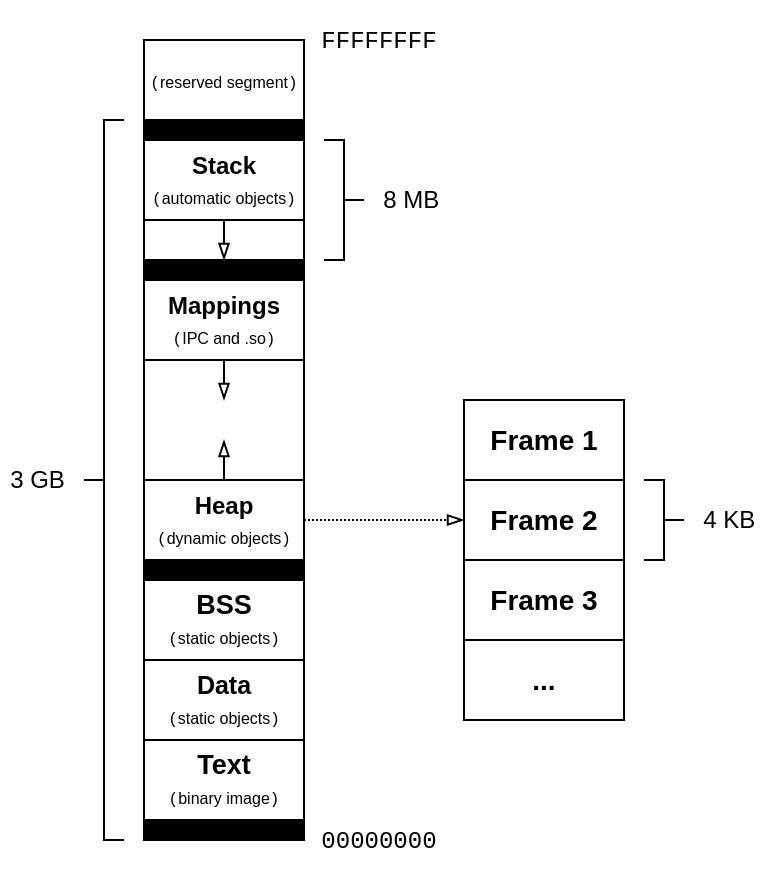
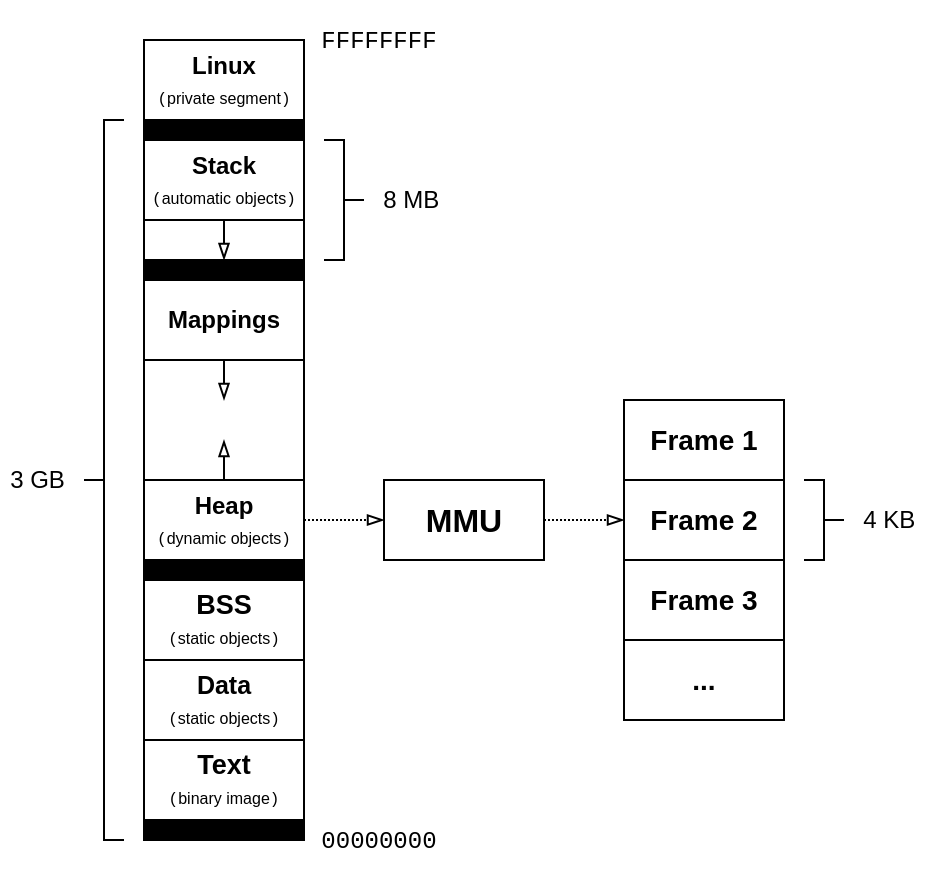
<mxfile host="app.diagrams.net" agent="Mozilla/5.0 (X11; Linux x86_64) AppleWebKit/537.36 (KHTML, like Gecko) Chrome/131.0.0.0 Safari/537.36">
  <diagram name="Страница — 1" id="VEveGzfzLPNnsSKiKBnb">
-     <mxGraphModel dx="770" dy="453" grid="0" gridSize="10" guides="0" tooltips="1" connect="1" arrows="1" fold="1" page="0" pageScale="1" pageWidth="827" pageHeight="1169" math="0" shadow="0">
+     <mxGraphModel dx="930" dy="547" grid="0" gridSize="10" guides="0" tooltips="1" connect="1" arrows="1" fold="1" page="0" pageScale="1" pageWidth="827" pageHeight="1169" math="0" shadow="0">
      <root>
        <mxCell id="0" />
        <mxCell id="1" parent="0" />
        <mxCell id="khdtYhaCzw99SLC-Dacm-15" parent="1" style="rounded=0;whiteSpace=wrap;html=1;strokeColor=none;fillColor=none;fontFamily=Helvetica;" value="&lt;b style=&quot;&quot;&gt;&lt;font&gt;Heap&lt;/font&gt;&lt;/b&gt;&lt;div&gt;&lt;font style=&quot;font-size: 8px;&quot;&gt;&lt;font face=&quot;Courier New&quot;&gt;(&lt;/font&gt;dynamic objects&lt;font face=&quot;Courier New&quot;&gt;)&lt;/font&gt;&lt;/font&gt;&lt;/div&gt;" vertex="1">
          <mxGeometry height="40" width="80" x="360" y="370" as="geometry" />
        </mxCell>
-         <mxCell id="khdtYhaCzw99SLC-Dacm-1" parent="1" style="rounded=0;whiteSpace=wrap;html=1;fillColor=none;fontFamily=Helvetica;" value="&lt;font style=&quot;&quot;&gt;&lt;font style=&quot;font-size: 8px;&quot;&gt;&lt;font face=&quot;Courier New&quot;&gt;(&lt;/font&gt;reserved segment&lt;font face=&quot;Courier New&quot;&gt;)&lt;/font&gt;&lt;/font&gt;&lt;/font&gt;" vertex="1">
+         <mxCell id="khdtYhaCzw99SLC-Dacm-1" parent="1" style="rounded=0;whiteSpace=wrap;html=1;fillColor=none;fontFamily=Helvetica;" value="&lt;font style=&quot;&quot;&gt;&lt;font style=&quot;&quot;&gt;&lt;font face=&quot;Helvetica&quot;&gt;&lt;b style=&quot;&quot;&gt;Linux&lt;/b&gt;&lt;/font&gt;&lt;br&gt;&lt;font face=&quot;Courier New&quot; style=&quot;font-size: 8px;&quot;&gt;(&lt;/font&gt;&lt;span style=&quot;font-size: 8px;&quot;&gt;private segment&lt;/span&gt;&lt;font face=&quot;Courier New&quot; style=&quot;font-size: 8px;&quot;&gt;)&lt;/font&gt;&lt;/font&gt;&lt;/font&gt;" vertex="1">
          <mxGeometry height="40" width="80" x="360" y="150" as="geometry" />
        </mxCell>
        <mxCell id="khdtYhaCzw99SLC-Dacm-3" parent="1" style="rounded=0;whiteSpace=wrap;html=1;strokeColor=none;fillColor=none;fontFamily=Helvetica;" value="&lt;b style=&quot;&quot;&gt;&lt;font&gt;Stack&lt;/font&gt;&lt;/b&gt;&lt;div&gt;&lt;font style=&quot;font-size: 8px;&quot;&gt;&lt;font face=&quot;Courier New&quot;&gt;(&lt;/font&gt;automatic objects&lt;font face=&quot;Courier New&quot;&gt;)&lt;/font&gt;&lt;/font&gt;&lt;/div&gt;" vertex="1">
          <mxGeometry height="40" width="80" x="360" y="200" as="geometry" />
        </mxCell>
        <mxCell id="khdtYhaCzw99SLC-Dacm-34" edge="1" parent="1" style="endArrow=none;html=1;strokeWidth=1;rounded=0;exitX=0;exitY=1;exitDx=0;exitDy=0;fontFamily=Helvetica;" value="">
          <mxGeometry height="50" relative="1" width="50" as="geometry">
            <mxPoint x="360" y="370" as="sourcePoint" />
            <mxPoint x="440" y="370" as="targetPoint" />
          </mxGeometry>
        </mxCell>
        <mxCell id="khdtYhaCzw99SLC-Dacm-42" parent="1" style="rounded=0;whiteSpace=wrap;html=1;strokeColor=default;fillColor=none;fontFamily=Helvetica;" value="&lt;b style=&quot;&quot;&gt;&lt;font style=&quot;font-size: 12.5px;&quot;&gt;Data&lt;/font&gt;&lt;/b&gt;&lt;div&gt;&lt;font style=&quot;font-size: 8px;&quot;&gt;&lt;font face=&quot;Courier New&quot;&gt;(&lt;/font&gt;static objects&lt;font face=&quot;Courier New&quot;&gt;)&lt;/font&gt;&lt;/font&gt;&lt;/div&gt;" vertex="1">
          <mxGeometry height="40" width="80" x="360" y="460" as="geometry" />
        </mxCell>
        <mxCell id="khdtYhaCzw99SLC-Dacm-43" parent="1" style="rounded=0;whiteSpace=wrap;html=1;strokeColor=default;fillColor=none;fontFamily=Helvetica;" value="&lt;b style=&quot;&quot;&gt;&lt;font style=&quot;font-size: 13.5px;&quot;&gt;Text&lt;/font&gt;&lt;/b&gt;&lt;div&gt;&lt;font style=&quot;font-size: 8px;&quot;&gt;&lt;font face=&quot;Courier New&quot;&gt;(&lt;/font&gt;binary image&lt;font face=&quot;Courier New&quot;&gt;)&lt;/font&gt;&lt;/font&gt;&lt;/div&gt;" vertex="1">
          <mxGeometry height="40" width="80" x="360" y="500" as="geometry" />
        </mxCell>
        <mxCell id="khdtYhaCzw99SLC-Dacm-46" parent="1" style="text;html=1;strokeColor=none;fillColor=none;align=left;verticalAlign=middle;whiteSpace=wrap;rounded=0;fontFamily=Helvetica;" value="&lt;font&gt;&amp;nbsp; &lt;font face=&quot;Courier New&quot; style=&quot;&quot;&gt;00000000&lt;/font&gt;&lt;/font&gt;" vertex="1">
          <mxGeometry height="40" width="80" x="440" y="530" as="geometry" />
        </mxCell>
        <mxCell id="khdtYhaCzw99SLC-Dacm-49" parent="1" style="text;html=1;strokeColor=none;fillColor=none;align=right;verticalAlign=middle;whiteSpace=wrap;rounded=0;fontFamily=Helvetica;" value="&lt;font&gt;3 GB&lt;/font&gt;&lt;font style=&quot;font-size: 10px;&quot;&gt;&amp;nbsp;&amp;nbsp;&lt;/font&gt;" vertex="1">
          <mxGeometry height="20" width="40" x="288" y="360" as="geometry" />
        </mxCell>
        <mxCell id="khdtYhaCzw99SLC-Dacm-53" edge="1" parent="1" style="endArrow=none;html=1;rounded=0;entryX=0;entryY=1;entryDx=0;entryDy=0;fontFamily=Helvetica;" target="khdtYhaCzw99SLC-Dacm-1" value="">
          <mxGeometry height="50" relative="1" width="50" as="geometry">
            <mxPoint x="360" y="310" as="sourcePoint" />
            <mxPoint x="150" y="220" as="targetPoint" />
          </mxGeometry>
        </mxCell>
        <mxCell id="cbG0LDzf9TAqD4d8shDT-7" edge="1" parent="1" source="khdtYhaCzw99SLC-Dacm-15" style="endArrow=none;html=1;rounded=0;entryX=1;entryY=1;entryDx=0;entryDy=0;exitX=1;exitY=1;exitDx=0;exitDy=0;fontFamily=Helvetica;" target="khdtYhaCzw99SLC-Dacm-1" value="">
          <mxGeometry height="50" relative="1" width="50" as="geometry">
            <mxPoint x="439.9999999999999" y="390" as="sourcePoint" />
            <mxPoint x="580" y="310" as="targetPoint" />
          </mxGeometry>
        </mxCell>
        <mxCell id="cbG0LDzf9TAqD4d8shDT-26" edge="1" parent="1" source="khdtYhaCzw99SLC-Dacm-15" style="endArrow=none;html=1;rounded=0;exitX=0;exitY=1;exitDx=0;exitDy=0;fontFamily=Helvetica;" value="">
          <mxGeometry height="50" relative="1" width="50" as="geometry">
            <Array as="points" />
            <mxPoint x="359.9999999999999" y="390" as="sourcePoint" />
            <mxPoint x="360" y="310" as="targetPoint" />
          </mxGeometry>
        </mxCell>
        <mxCell id="cbG0LDzf9TAqD4d8shDT-45" parent="1" style="shape=curlyBracket;whiteSpace=wrap;html=1;rounded=0;flipH=1;labelPosition=right;verticalLabelPosition=middle;align=left;verticalAlign=middle;direction=west;fontFamily=Helvetica;" value="" vertex="1">
          <mxGeometry height="360" width="20" x="330" y="190" as="geometry" />
        </mxCell>
        <mxCell id="D9ZIIw_PFDN3URD8yPiD-1" parent="1" style="rounded=0;whiteSpace=wrap;html=1;strokeColor=default;fillColor=#000000;fontFamily=Helvetica;" value="" vertex="1">
          <mxGeometry height="10" width="80" x="360" y="540" as="geometry" />
        </mxCell>
        <mxCell id="D9ZIIw_PFDN3URD8yPiD-3" parent="1" style="rounded=0;whiteSpace=wrap;html=1;strokeColor=default;fillColor=#000000;fontFamily=Helvetica;" value="" vertex="1">
          <mxGeometry height="10" width="80" x="360" y="410" as="geometry" />
        </mxCell>
-         <mxCell id="D9ZIIw_PFDN3URD8yPiD-4" parent="1" style="rounded=0;whiteSpace=wrap;html=1;strokeColor=default;fillColor=none;fontFamily=Helvetica;" value="&lt;div&gt;&lt;b style=&quot;background-color: transparent; color: light-dark(rgb(0, 0, 0), rgb(255, 255, 255));&quot;&gt;&lt;font&gt;Mappings&lt;/font&gt;&lt;/b&gt;&lt;/div&gt;&lt;div&gt;&lt;span style=&quot;background-color: transparent; color: light-dark(rgb(0, 0, 0), rgb(255, 255, 255));&quot;&gt;&lt;font style=&quot;font-size: 8px;&quot;&gt;&lt;font face=&quot;Courier New&quot;&gt;(&lt;/font&gt;IPC and .so&lt;font face=&quot;Courier New&quot;&gt;)&lt;/font&gt;&lt;/font&gt;&lt;/span&gt;&lt;/div&gt;" vertex="1">
+         <mxCell id="D9ZIIw_PFDN3URD8yPiD-4" parent="1" style="rounded=0;whiteSpace=wrap;html=1;strokeColor=default;fillColor=none;fontFamily=Helvetica;" value="&lt;div&gt;&lt;b style=&quot;background-color: transparent; color: light-dark(rgb(0, 0, 0), rgb(255, 255, 255));&quot;&gt;&lt;font&gt;Mappings&lt;/font&gt;&lt;/b&gt;&lt;/div&gt;" vertex="1">
          <mxGeometry height="40" width="80" x="360" y="270" as="geometry" />
        </mxCell>
        <mxCell id="D9ZIIw_PFDN3URD8yPiD-5" parent="1" style="rounded=0;whiteSpace=wrap;html=1;strokeColor=default;fillColor=#000000;fontFamily=Helvetica;" value="" vertex="1">
          <mxGeometry height="10" width="80" x="360" y="260" as="geometry" />
        </mxCell>
        <mxCell id="D9ZIIw_PFDN3URD8yPiD-6" parent="1" style="shape=curlyBracket;whiteSpace=wrap;html=1;rounded=0;flipH=1;labelPosition=right;verticalLabelPosition=middle;align=left;verticalAlign=middle;direction=east;fontFamily=Helvetica;" value="" vertex="1">
          <mxGeometry height="60" width="20" x="450" y="200" as="geometry" />
        </mxCell>
        <mxCell id="D9ZIIw_PFDN3URD8yPiD-7" parent="1" style="text;html=1;strokeColor=none;fillColor=none;align=left;verticalAlign=middle;whiteSpace=wrap;rounded=0;fontFamily=Helvetica;" value="&lt;font&gt;&amp;nbsp; 8 MB&lt;/font&gt;" vertex="1">
          <mxGeometry height="20" width="40" x="471" y="220" as="geometry" />
        </mxCell>
        <mxCell id="D9ZIIw_PFDN3URD8yPiD-8" edge="1" parent="1" style="endArrow=none;html=1;rounded=0;fontFamily=Helvetica;entryX=1;entryY=1;entryDx=0;entryDy=0;" target="khdtYhaCzw99SLC-Dacm-3" value="">
          <mxGeometry height="50" relative="1" width="50" as="geometry">
            <mxPoint x="360" y="240" as="sourcePoint" />
            <mxPoint x="450" y="300" as="targetPoint" />
          </mxGeometry>
        </mxCell>
        <mxCell id="D9ZIIw_PFDN3URD8yPiD-9" parent="1" style="rounded=0;whiteSpace=wrap;html=1;strokeColor=default;fillColor=#000000;fontFamily=Helvetica;" value="" vertex="1">
          <mxGeometry height="10" width="80" x="360" y="190" as="geometry" />
        </mxCell>
        <mxCell id="_WEbEVUjuKZXciAz7EJF-1" edge="1" parent="1" style="endArrow=blockThin;html=1;rounded=0;endFill=0;endSize=6;" value="">
          <mxGeometry height="50" relative="1" width="50" as="geometry">
            <mxPoint x="400" y="240" as="sourcePoint" />
            <mxPoint x="400" y="260" as="targetPoint" />
          </mxGeometry>
        </mxCell>
        <mxCell id="_WEbEVUjuKZXciAz7EJF-2" edge="1" parent="1" style="endArrow=blockThin;html=1;rounded=0;endFill=0;endSize=6;" value="">
          <mxGeometry height="50" relative="1" width="50" as="geometry">
            <mxPoint x="400" y="370" as="sourcePoint" />
            <mxPoint x="400" y="350" as="targetPoint" />
          </mxGeometry>
        </mxCell>
        <mxCell id="_WEbEVUjuKZXciAz7EJF-3" parent="1" style="rounded=0;whiteSpace=wrap;html=1;strokeColor=default;fillColor=none;fontFamily=Helvetica;" value="&lt;b style=&quot;&quot;&gt;&lt;font style=&quot;font-size: 13.5px;&quot;&gt;BSS&lt;/font&gt;&lt;/b&gt;&lt;div&gt;&lt;font style=&quot;font-size: 8px;&quot;&gt;&lt;font face=&quot;Courier New&quot;&gt;(&lt;/font&gt;static objects&lt;font face=&quot;Courier New&quot;&gt;)&lt;/font&gt;&lt;/font&gt;&lt;/div&gt;" vertex="1">
          <mxGeometry height="40" width="80" x="360" y="420" as="geometry" />
        </mxCell>
        <mxCell id="_WEbEVUjuKZXciAz7EJF-5" edge="1" parent="1" source="D9ZIIw_PFDN3URD8yPiD-4" style="endArrow=blockThin;html=1;rounded=0;endFill=0;endSize=6;exitX=0.5;exitY=1;exitDx=0;exitDy=0;" value="">
          <mxGeometry height="50" relative="1" width="50" as="geometry">
            <mxPoint x="520" y="360" as="sourcePoint" />
            <mxPoint x="400" y="330" as="targetPoint" />
          </mxGeometry>
        </mxCell>
        <mxCell id="_WEbEVUjuKZXciAz7EJF-16" parent="1" style="rounded=0;whiteSpace=wrap;html=1;fillColor=none;fontStyle=0;fontSize=14;" value="&lt;b&gt;Frame 3&lt;/b&gt;" vertex="1">
-           <mxGeometry height="40" width="80" x="520" y="410" as="geometry" />
+           <mxGeometry height="40" width="80" x="600" y="410" as="geometry" />
        </mxCell>
        <mxCell id="_WEbEVUjuKZXciAz7EJF-17" parent="1" style="rounded=0;whiteSpace=wrap;html=1;fillColor=none;fontStyle=0" value="&lt;span&gt;&lt;font style=&quot;font-size: 14px;&quot;&gt;&lt;b style=&quot;&quot;&gt;Frame 1&lt;/b&gt;&lt;/font&gt;&lt;/span&gt;" vertex="1">
-           <mxGeometry height="40" width="80" x="520" y="330" as="geometry" />
+           <mxGeometry height="40" width="80" x="600" y="330" as="geometry" />
        </mxCell>
        <mxCell id="_WEbEVUjuKZXciAz7EJF-18" parent="1" style="rounded=0;whiteSpace=wrap;html=1;fillColor=none;fontStyle=0;fontSize=12;" value="&lt;b&gt;&lt;font style=&quot;font-size: 14px;&quot;&gt;Frame 2&lt;/font&gt;&lt;/b&gt;" vertex="1">
-           <mxGeometry height="40" width="80" x="520" y="370" as="geometry" />
+           <mxGeometry height="40" width="80" x="600" y="370" as="geometry" />
        </mxCell>
        <mxCell id="_WEbEVUjuKZXciAz7EJF-22" parent="1" style="rounded=0;whiteSpace=wrap;html=1;fillColor=none;fontStyle=0;fontSize=14;" value="&lt;span&gt;&lt;font&gt;&lt;b&gt;...&lt;/b&gt;&lt;/font&gt;&lt;/span&gt;" vertex="1">
-           <mxGeometry height="40" width="80" x="520" y="450" as="geometry" />
+           <mxGeometry height="40" width="80" x="600" y="450" as="geometry" />
        </mxCell>
-         <mxCell id="_WEbEVUjuKZXciAz7EJF-27" edge="1" parent="1" source="khdtYhaCzw99SLC-Dacm-15" style="endArrow=blockThin;html=1;rounded=0;endFill=0;endSize=6;dashed=1;dashPattern=1 1;exitX=1;exitY=0.5;exitDx=0;exitDy=0;entryX=0;entryY=0.5;entryDx=0;entryDy=0;startSize=6;" target="_WEbEVUjuKZXciAz7EJF-18" value="">
+         <mxCell id="_WEbEVUjuKZXciAz7EJF-27" edge="1" parent="1" source="khdtYhaCzw99SLC-Dacm-15" style="endArrow=blockThin;html=1;rounded=0;endFill=0;endSize=6;exitX=1;exitY=0.5;exitDx=0;exitDy=0;startSize=6;dashed=1;dashPattern=1 1;" value="">
          <mxGeometry height="50" relative="1" width="50" as="geometry">
            <Array as="points" />
            <mxPoint x="560" y="390" as="sourcePoint" />
-             <mxPoint x="640" y="340" as="targetPoint" />
+             <mxPoint x="480" y="390" as="targetPoint" />
          </mxGeometry>
        </mxCell>
        <mxCell id="t7QJlPCxjqazatDBCEHc-14" parent="1" style="shape=curlyBracket;whiteSpace=wrap;html=1;rounded=0;flipH=1;labelPosition=right;verticalLabelPosition=middle;align=left;verticalAlign=middle;direction=east;fontFamily=Helvetica;" value="" vertex="1">
-           <mxGeometry height="40" width="20" x="610" y="370" as="geometry" />
+           <mxGeometry height="40" width="20" x="690" y="370" as="geometry" />
        </mxCell>
        <mxCell id="t7QJlPCxjqazatDBCEHc-15" parent="1" style="text;html=1;strokeColor=none;fillColor=none;align=left;verticalAlign=middle;whiteSpace=wrap;rounded=0;fontFamily=Helvetica;" value="&lt;font&gt;&amp;nbsp; 4 KB&lt;/font&gt;" vertex="1">
-           <mxGeometry height="20" width="40" x="631" y="380" as="geometry" />
+           <mxGeometry height="20" width="40" x="711" y="380" as="geometry" />
        </mxCell>
        <mxCell id="0wHa761UojIN6rxzBSYe-1" parent="1" style="text;html=1;strokeColor=none;fillColor=none;align=left;verticalAlign=middle;whiteSpace=wrap;rounded=0;fontFamily=Helvetica;" value="&lt;font&gt;&amp;nbsp; &lt;font face=&quot;Courier New&quot; style=&quot;&quot;&gt;FFFFFFFF&lt;/font&gt;&lt;/font&gt;" vertex="1">
          <mxGeometry height="40" width="80" x="440" y="130" as="geometry" />
+         </mxCell>
+         <mxCell id="JxzPWPynDaTpfTcK1kPn-1" parent="1" style="rounded=0;whiteSpace=wrap;html=1;fillColor=none;fontStyle=0" value="&lt;span&gt;&lt;font style=&quot;font-size: 16px;&quot;&gt;&lt;b style=&quot;&quot;&gt;MMU&lt;/b&gt;&lt;/font&gt;&lt;/span&gt;" vertex="1">
+           <mxGeometry height="40" width="80" x="480" y="370" as="geometry" />
+         </mxCell>
+         <mxCell id="JxzPWPynDaTpfTcK1kPn-2" edge="1" parent="1" source="JxzPWPynDaTpfTcK1kPn-1" style="endArrow=blockThin;html=1;rounded=0;endFill=0;endSize=6;exitX=1;exitY=0.5;exitDx=0;exitDy=0;startSize=6;entryX=0;entryY=0.5;entryDx=0;entryDy=0;dashed=1;dashPattern=1 1;" target="_WEbEVUjuKZXciAz7EJF-18" value="">
+           <mxGeometry height="50" relative="1" width="50" as="geometry">
+             <Array as="points" />
+             <mxPoint x="540" y="440" as="sourcePoint" />
+             <mxPoint x="580" y="440" as="targetPoint" />
+           </mxGeometry>
        </mxCell>
      </root>
    </mxGraphModel>
  </diagram>
</mxfile>
